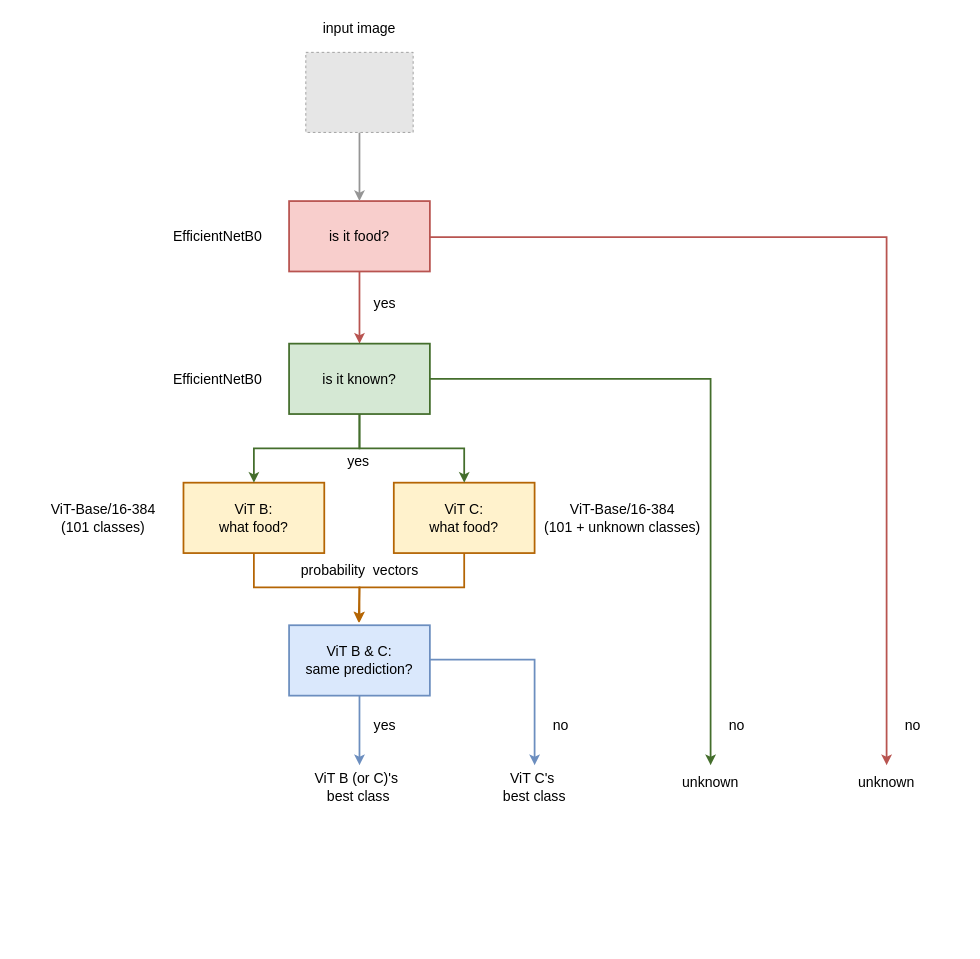
This is images/model_pipeline_3.drawio from sergio-sanz-rodriguez/Vision-Transformers-Image-Classification, a draw.io file, before an edit. Source tidied: cells renumbered, new cells numbered last; positions are measured from the earlier drawing's top-left corner, leaving out a move shared by most shapes. Both pictures are drawn from the tidied source at 88%, with x=0, y=0 at pixel (15, 15). Pictures stored in the file or linked from it are replaced by grey dashed boxes.
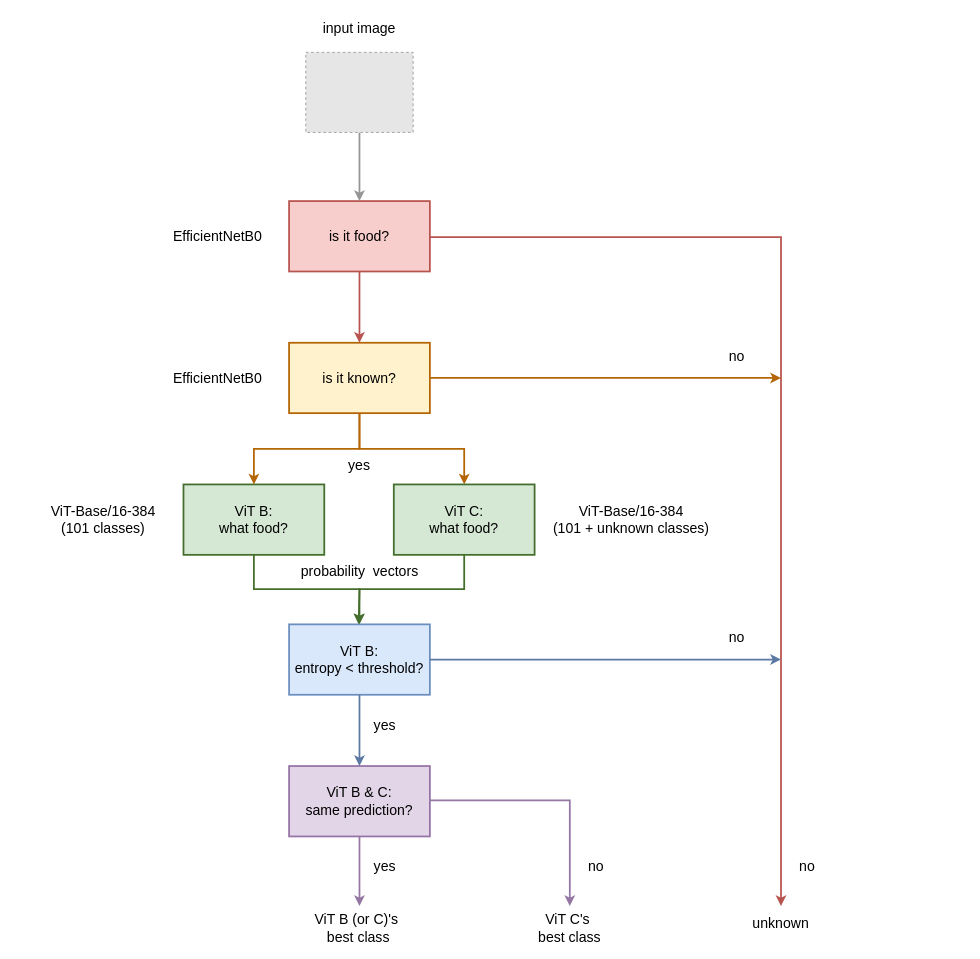
The same page after the edit.

Commit message (it also covers changes not shown here):
updated block diagram for vit-pro

The change refers to these unchanged cells:
```xml
<mxCell id="5" value="&lt;div&gt;&lt;span style=&quot;font-size: 16px;&quot;&gt;is it food?&lt;/span&gt;&lt;/div&gt;" style="rounded=0;whiteSpace=wrap;html=1;fillColor=#f8cecc;strokeColor=light-dark(#B85450,#B85450);strokeWidth=2;gradientColor=none;" parent="1" vertex="1">
  <mxGeometry x="311" y="211" width="160" height="80" as="geometry" />
</mxCell>
```

Diff of the diagram source:
```diff
@@
+    <mxCell id="34" style="endArrow=classic;html=1;rounded=0;entryX=0.5;entryY=0;entryDx=0;entryDy=0;fillColor=#f8cecc;strokeColor=light-dark(#B46504,#B46504);strokeWidth=2;exitX=0.5;exitY=1;exitDx=0;exitDy=0;edgeStyle=orthogonalEdgeStyle;" parent="1" edge="1" source="37" target="8">
+      <mxGeometry relative="1" as="geometry" />
+    </mxCell>
-    <mxCell id="2" style="edgeStyle=orthogonalEdgeStyle;rounded=0;jettySize=auto;html=1;exitX=0.5;exitY=1;exitDx=0;exitDy=0;fillColor=#dae8fc;strokeColor=#6c8ebf;strokeWidth=2;gradientColor=#7ea6e0;" parent="1" edge="1" source="9">
+    <mxCell id="2" style="edgeStyle=orthogonalEdgeStyle;rounded=0;jettySize=auto;html=1;exitX=0.5;exitY=1;exitDx=0;exitDy=0;fillColor=#dae8fc;strokeColor=light-dark(#9577A3,#9577A3);strokeWidth=2;gradientColor=#7ea6e0;" parent="1" edge="1" source="9">
       <mxGeometry relative="1" as="geometry">
-        <mxPoint x="391" y="852" as="targetPoint" />
+        <mxPoint x="391" y="1012" as="targetPoint" />
         <Array as="points">
-          <mxPoint x="391" y="852" />
+          <mxPoint x="391" y="1012" />
         </Array>
       </mxGeometry>
     </mxCell>
@@
     <mxCell id="4" style="endArrow=classic;html=1;rounded=0;fillColor=#f8cecc;strokeColor=light-dark(#B85450,#B85450);strokeWidth=2;exitX=1;exitY=0.5;exitDx=0;exitDy=0;edgeStyle=orthogonalEdgeStyle;entryX=0.5;entryY=0;entryDx=0;entryDy=0;" parent="1" edge="1" source="5" target="11">
       <mxGeometry relative="1" as="geometry">
         <Array as="points">
           <mxPoint x="391" y="251" />
           <mxPoint x="391" y="252" />
-          <mxPoint x="990" y="252" />
+          <mxPoint x="870" y="252" />
         </Array>
       </mxGeometry>
     </mxCell>
+    <mxCell id="35" style="edgeStyle=orthogonalEdgeStyle;rounded=0;jettySize=auto;html=1;exitX=0.5;exitY=1;exitDx=0;exitDy=0;entryX=0.5;entryY=0;entryDx=0;entryDy=0;strokeWidth=2;strokeColor=light-dark(#B85450,#B85450);" parent="1" edge="1" source="5" target="37">
+      <mxGeometry relative="1" as="geometry" />
+    </mxCell>
@@
-    <mxCell id="7" style="edgeStyle=orthogonalEdgeStyle;rounded=0;jettySize=auto;html=1;exitX=0.5;exitY=1;exitDx=0;exitDy=0;strokeWidth=2;strokeColor=light-dark(#B46504,#B46504);" parent="1" edge="1" source="8">
+    <mxCell id="7" style="edgeStyle=orthogonalEdgeStyle;rounded=0;jettySize=auto;html=1;exitX=0.5;exitY=1;exitDx=0;exitDy=0;strokeWidth=2;strokeColor=light-dark(#446E2C,#446E2C);" parent="1" edge="1" source="8">
       <mxGeometry relative="1" as="geometry">
-        <mxPoint x="390" y="690" as="targetPoint" />
+        <mxPoint x="390" y="692" as="targetPoint" />
         <Array as="points">
-          <mxPoint x="510" y="650" />
-          <mxPoint x="391" y="650" />
+          <mxPoint x="510" y="652" />
+          <mxPoint x="391" y="652" />
         </Array>
       </mxGeometry>
     </mxCell>
-    <mxCell id="8" value="&lt;div&gt;&lt;span style=&quot;font-size: 16px;&quot;&gt;ViT C:&lt;/span&gt;&lt;/div&gt;&lt;div&gt;&lt;span style=&quot;font-size: 16px;&quot;&gt;what food?&lt;/span&gt;&lt;/div&gt;" style="rounded=0;whiteSpace=wrap;html=1;fillColor=#fff2cc;strokeColor=light-dark(#B46504,#B46504);strokeWidth=2;gradientColor=none;" parent="1" vertex="1">
-      <mxGeometry x="430" y="531" width="160" height="80" as="geometry" />
+    <mxCell id="8" value="&lt;div&gt;&lt;span style=&quot;font-size: 16px;&quot;&gt;ViT C:&lt;/span&gt;&lt;/div&gt;&lt;div&gt;&lt;span style=&quot;font-size: 16px;&quot;&gt;what food?&lt;/span&gt;&lt;/div&gt;" style="rounded=0;whiteSpace=wrap;html=1;fillColor=light-dark(#D5E8D4,#1F2F1E);strokeColor=light-dark(#446E2C,#446E2C);strokeWidth=2;gradientColor=none;" parent="1" vertex="1">
+      <mxGeometry x="430" y="533" width="160" height="80" as="geometry" />
     </mxCell>
-    <mxCell id="9" value="&lt;div&gt;&lt;span style=&quot;font-size: 16px; background-color: transparent; color: light-dark(rgb(0, 0, 0), rgb(255, 255, 255));&quot;&gt;ViT B &amp;amp; C:&lt;/span&gt;&lt;/div&gt;&lt;div&gt;&lt;span style=&quot;font-size: 16px; background-color: transparent; color: light-dark(rgb(0, 0, 0), rgb(255, 255, 255));&quot;&gt;same prediction?&lt;/span&gt;&lt;/div&gt;" style="rounded=0;whiteSpace=wrap;html=1;fillColor=#dae8fc;strokeColor=#6c8ebf;strokeWidth=2;gradientColor=none;" parent="1" vertex="1">
-      <mxGeometry x="311" y="693" width="160" height="80" as="geometry" />
+    <mxCell id="9" value="&lt;div&gt;&lt;span style=&quot;font-size: 16px; background-color: transparent; color: light-dark(rgb(0, 0, 0), rgb(255, 255, 255));&quot;&gt;ViT B &amp;amp; C:&lt;/span&gt;&lt;/div&gt;&lt;div&gt;&lt;span style=&quot;font-size: 16px; background-color: transparent; color: light-dark(rgb(0, 0, 0), rgb(255, 255, 255));&quot;&gt;same prediction?&lt;/span&gt;&lt;/div&gt;" style="rounded=0;whiteSpace=wrap;html=1;fillColor=#e1d5e7;strokeColor=#9673A6;strokeWidth=2;" parent="1" vertex="1">
+      <mxGeometry x="311" y="853" width="160" height="80" as="geometry" />
     </mxCell>
@@
-    <mxCell id="11" value="&lt;font style=&quot;font-size: 16px;&quot;&gt;unknown&lt;/font&gt;" style="text;html=1;align=center;verticalAlign=middle;whiteSpace=wrap;rounded=0;" parent="1" vertex="1">
-      <mxGeometry x="930" y="852" width="120" height="38" as="geometry" />
-    </mxCell>
     <mxCell id="12" value="&lt;font style=&quot;font-size: 16px;&quot;&gt;no&lt;/font&gt;" style="text;html=1;align=center;verticalAlign=middle;whiteSpace=wrap;rounded=0;" parent="1" vertex="1">
-      <mxGeometry x="960" y="792" width="120" height="30" as="geometry" />
+      <mxGeometry x="840" y="952" width="120" height="30" as="geometry" />
     </mxCell>
     <mxCell id="13" value="&lt;font style=&quot;font-size: 16px;&quot;&gt;yes&lt;/font&gt;" style="text;html=1;align=center;verticalAlign=middle;whiteSpace=wrap;rounded=0;" parent="1" vertex="1">
-      <mxGeometry x="360" y="792" width="120" height="30" as="geometry" />
+      <mxGeometry x="360" y="952" width="120" height="30" as="geometry" />
     </mxCell>
-    <mxCell id="14" style="endArrow=classic;html=1;rounded=0;fillColor=#f8cecc;strokeColor=light-dark(#446E2C,#446E2C);strokeWidth=2;exitX=1;exitY=0.5;exitDx=0;exitDy=0;edgeStyle=orthogonalEdgeStyle;" parent="1" edge="1" source="22">
-      <mxGeometry relative="1" as="geometry">
-        <mxPoint x="790" y="852" as="targetPoint" />
-        <Array as="points">
-          <mxPoint x="790" y="413" />
-        </Array>
-      </mxGeometry>
-    </mxCell>
-    <mxCell id="15" value="&lt;font style=&quot;font-size: 16px;&quot;&gt;no&lt;/font&gt;" style="text;html=1;align=center;verticalAlign=middle;whiteSpace=wrap;rounded=0;" parent="1" vertex="1">
-      <mxGeometry x="760" y="792" width="120" height="30" as="geometry" />
-    </mxCell>
-    <mxCell id="16" value="&lt;div&gt;&lt;span style=&quot;font-size: 16px;&quot;&gt;ViT B:&lt;/span&gt;&lt;/div&gt;&lt;div&gt;&lt;span style=&quot;font-size: 16px;&quot;&gt;what food?&lt;/span&gt;&lt;/div&gt;" style="rounded=0;whiteSpace=wrap;html=1;fillColor=#fff2cc;strokeColor=light-dark(#B46504,#B46504);strokeWidth=2;gradientColor=none;" parent="1" vertex="1">
-      <mxGeometry x="191" y="531" width="160" height="80" as="geometry" />
+    <mxCell id="16" value="&lt;div&gt;&lt;span style=&quot;font-size: 16px;&quot;&gt;ViT B:&lt;/span&gt;&lt;/div&gt;&lt;div&gt;&lt;span style=&quot;font-size: 16px;&quot;&gt;what food?&lt;/span&gt;&lt;/div&gt;" style="rounded=0;whiteSpace=wrap;html=1;fillColor=light-dark(#D5E8D4,#1F2F1E);strokeColor=light-dark(#446E2C,#446E2C);strokeWidth=2;gradientColor=none;" parent="1" vertex="1">
+      <mxGeometry x="191" y="533" width="160" height="80" as="geometry" />
     </mxCell>
     <mxCell id="17" value="&lt;font style=&quot;font-size: 16px;&quot;&gt;ViT-Base/16-384&lt;/font&gt;&lt;div&gt;&lt;font style=&quot;font-size: 16px;&quot;&gt;(101 + unknown classes)&lt;/font&gt;&lt;/div&gt;" style="text;html=1;align=center;verticalAlign=middle;whiteSpace=wrap;rounded=0;" parent="1" vertex="1">
-      <mxGeometry x="600" y="556" width="180" height="30" as="geometry" />
+      <mxGeometry x="610" y="558" width="180" height="30" as="geometry" />
     </mxCell>
     <mxCell id="18" value="&lt;font style=&quot;font-size: 16px;&quot;&gt;ViT-Base/16-384&lt;/font&gt;&lt;div&gt;&lt;font style=&quot;font-size: 16px;&quot;&gt;(101 classes)&lt;/font&gt;&lt;/div&gt;" style="text;html=1;align=center;verticalAlign=middle;whiteSpace=wrap;rounded=0;" parent="1" vertex="1">
-      <mxGeometry y="556" width="200" height="30" as="geometry" />
+      <mxGeometry y="558" width="200" height="30" as="geometry" />
     </mxCell>
-    <mxCell id="19" style="endArrow=classic;html=1;rounded=0;fillColor=#f8cecc;strokeColor=light-dark(#B85450,#B85450);strokeWidth=2;exitX=0.5;exitY=1;exitDx=0;exitDy=0;edgeStyle=orthogonalEdgeStyle;entryX=0.5;entryY=0;entryDx=0;entryDy=0;" parent="1" edge="1" source="5" target="22">
+    <mxCell id="19" style="endArrow=classic;html=1;rounded=0;fillColor=#f8cecc;strokeColor=light-dark(#B46504,#B46504);strokeWidth=2;exitX=0.5;exitY=1;exitDx=0;exitDy=0;edgeStyle=orthogonalEdgeStyle;" parent="1" edge="1" source="37" target="16">
       <mxGeometry relative="1" as="geometry" />
     </mxCell>
     <mxCell id="20" value="&lt;font style=&quot;font-size: 16px;&quot;&gt;yes&lt;/font&gt;" style="text;html=1;align=center;verticalAlign=middle;whiteSpace=wrap;rounded=0;" parent="1" vertex="1">
-      <mxGeometry x="360" y="312" width="120" height="30" as="geometry" />
+      <mxGeometry x="331" y="496" width="120" height="30" as="geometry" />
     </mxCell>
     <mxCell id="21" value="&lt;span style=&quot;font-size: 16px;&quot;&gt;probability&amp;nbsp; vectors&lt;/span&gt;" style="text;html=1;align=center;verticalAlign=middle;whiteSpace=wrap;rounded=0;" parent="1" vertex="1">
-      <mxGeometry x="280.5" y="615" width="221" height="30" as="geometry" />
+      <mxGeometry x="280.5" y="617" width="221" height="30" as="geometry" />
     </mxCell>
-    <mxCell id="22" value="&lt;div&gt;&lt;span style=&quot;font-size: 16px;&quot;&gt;is it known?&lt;/span&gt;&lt;/div&gt;" style="rounded=0;whiteSpace=wrap;html=1;fillColor=#d5e8d4;strokeColor=light-dark(#446E2C,#446E2C);strokeWidth=2;gradientColor=none;" parent="1" vertex="1">
-      <mxGeometry x="311" y="373" width="160" height="80" as="geometry" />
+    <mxCell id="22" value="&lt;div&gt;&lt;font style=&quot;font-size: 16px;&quot;&gt;&lt;span style=&quot;background-color: transparent; color: light-dark(rgb(0, 0, 0), rgb(255, 255, 255));&quot;&gt;ViT&lt;/span&gt;&amp;nbsp;B:&lt;/font&gt;&lt;/div&gt;&lt;font style=&quot;font-size: 16px;&quot;&gt;entropy &amp;lt; threshold?&lt;/font&gt;" style="rounded=0;whiteSpace=wrap;html=1;fillColor=#dae8fc;strokeColor=#6C8EBF;strokeWidth=2;gradientColor=none;" parent="1" vertex="1">
+      <mxGeometry x="311" y="692" width="160" height="80" as="geometry" />
     </mxCell>
-    <mxCell id="23" style="edgeStyle=orthogonalEdgeStyle;rounded=0;jettySize=auto;html=1;exitX=0.5;exitY=1;exitDx=0;exitDy=0;fillColor=#e3c800;strokeColor=light-dark(#B46504,#B46504);strokeWidth=2;" parent="1" edge="1" source="16">
+    <mxCell id="23" style="edgeStyle=orthogonalEdgeStyle;rounded=0;jettySize=auto;html=1;exitX=0.5;exitY=1;exitDx=0;exitDy=0;fillColor=#e3c800;strokeColor=light-dark(#446E2C,#446E2C);strokeWidth=2;" parent="1" edge="1" source="16">
       <mxGeometry relative="1" as="geometry">
-        <mxPoint x="391" y="690" as="targetPoint" />
+        <mxPoint x="391" y="692" as="targetPoint" />
         <Array as="points">
-          <mxPoint x="271" y="650" />
-          <mxPoint x="391" y="650" />
+          <mxPoint x="271" y="652" />
+          <mxPoint x="391" y="652" />
         </Array>
       </mxGeometry>
     </mxCell>
-    <mxCell id="24" style="edgeStyle=orthogonalEdgeStyle;rounded=0;jettySize=auto;html=1;exitX=0.5;exitY=1;exitDx=0;exitDy=0;fillColor=#f5f5f5;strokeColor=light-dark(#446E2C,#446E2C);strokeWidth=2;" parent="1" edge="1" source="22" target="16">
+    <mxCell id="24" style="edgeStyle=orthogonalEdgeStyle;rounded=0;jettySize=auto;html=1;exitX=0.5;exitY=1;exitDx=0;exitDy=0;fillColor=#f5f5f5;strokeColor=light-dark(#5C79A3,#5C79A3);strokeWidth=2;entryX=0.5;entryY=0;entryDx=0;entryDy=0;" parent="1" edge="1" source="22" target="9">
       <mxGeometry relative="1" as="geometry" />
     </mxCell>
-    <mxCell id="25" style="endArrow=classic;html=1;rounded=0;fillColor=#dae8fc;strokeColor=#6c8ebf;strokeWidth=2;exitX=1;exitY=0.5;exitDx=0;exitDy=0;edgeStyle=orthogonalEdgeStyle;gradientColor=#7ea6e0;" parent="1" edge="1" source="9">
+    <mxCell id="25" style="endArrow=classic;html=1;rounded=0;fillColor=#dae8fc;strokeColor=light-dark(#9577A3,#9577A3);strokeWidth=2;exitX=1;exitY=0.5;exitDx=0;exitDy=0;edgeStyle=orthogonalEdgeStyle;gradientColor=#7ea6e0;" parent="1" edge="1" source="9">
       <mxGeometry relative="1" as="geometry">
-        <mxPoint x="590" y="852" as="targetPoint" />
+        <mxPoint x="630" y="1012" as="targetPoint" />
         <Array as="points">
-          <mxPoint x="471" y="732" />
-          <mxPoint x="590" y="732" />
-          <mxPoint x="590" y="852" />
+          <mxPoint x="471" y="892" />
+          <mxPoint x="630" y="892" />
+          <mxPoint x="630" y="1012" />
         </Array>
       </mxGeometry>
     </mxCell>
     <mxCell id="26" value="&lt;span style=&quot;font-size: 16px;&quot;&gt;ViT B (or C)'s&amp;nbsp;&lt;/span&gt;&lt;div&gt;&lt;span style=&quot;font-size: 16px;&quot;&gt;best class&lt;/span&gt;&lt;/div&gt;" style="text;html=1;align=center;verticalAlign=middle;whiteSpace=wrap;rounded=0;" parent="1" vertex="1">
-      <mxGeometry x="330" y="862" width="120" height="30" as="geometry" />
+      <mxGeometry x="330" y="1022" width="120" height="30" as="geometry" />
     </mxCell>
-    <mxCell id="27" value="&lt;span style=&quot;font-size: 16px;&quot;&gt;unknown&lt;/span&gt;" style="text;html=1;align=center;verticalAlign=middle;whiteSpace=wrap;rounded=0;" parent="1" vertex="1">
-      <mxGeometry x="730" y="856" width="120" height="30" as="geometry" />
-    </mxCell>
     <mxCell id="28" value="&lt;span style=&quot;font-size: 16px;&quot;&gt;ViT C's&amp;nbsp;&lt;/span&gt;&lt;div&gt;&lt;span style=&quot;font-size: 16px;&quot;&gt;best class&lt;/span&gt;&lt;/div&gt;" style="text;html=1;align=center;verticalAlign=middle;whiteSpace=wrap;rounded=0;" parent="1" vertex="1">
-      <mxGeometry x="530" y="862" width="120" height="30" as="geometry" />
+      <mxGeometry x="570" y="1022" width="120" height="30" as="geometry" />
     </mxCell>
@@
     <mxCell id="30" value="&lt;font style=&quot;font-size: 16px;&quot;&gt;no&lt;/font&gt;" style="text;html=1;align=center;verticalAlign=middle;whiteSpace=wrap;rounded=0;" parent="1" vertex="1">
-      <mxGeometry x="560" y="792" width="120" height="30" as="geometry" />
+      <mxGeometry x="600" y="952" width="120" height="30" as="geometry" />
     </mxCell>
     <mxCell id="31" value="&lt;font style=&quot;font-size: 16px;&quot;&gt;yes&lt;/font&gt;" style="text;html=1;align=center;verticalAlign=middle;whiteSpace=wrap;rounded=0;" parent="1" vertex="1">
-      <mxGeometry x="330" y="492" width="120" height="30" as="geometry" />
+      <mxGeometry x="360" y="792" width="120" height="30" as="geometry" />
     </mxCell>
-    <mxCell id="32" style="edgeStyle=orthogonalEdgeStyle;rounded=0;jettySize=auto;html=1;exitX=0.5;exitY=1;exitDx=0;exitDy=0;fillColor=#f5f5f5;strokeColor=light-dark(#446E2C,#446E2C);strokeWidth=2;entryX=0.5;entryY=0;entryDx=0;entryDy=0;" parent="1" edge="1" source="22" target="8">
-      <mxGeometry relative="1" as="geometry" />
-    </mxCell>
+    <mxCell id="36" style="edgeStyle=orthogonalEdgeStyle;rounded=0;jettySize=auto;html=1;exitX=1;exitY=0.5;exitDx=0;exitDy=0;strokeColor=light-dark(#B46504,#B46504);strokeWidth=2;" parent="1" edge="1" source="37">
+      <mxGeometry relative="1" as="geometry">
+        <mxPoint x="870" y="412" as="targetPoint" />
+        <Array as="points">
+          <mxPoint x="870" y="412" />
+        </Array>
+      </mxGeometry>
+    </mxCell>
+    <mxCell id="37" value="&lt;div&gt;&lt;span style=&quot;font-size: 16px;&quot;&gt;is it known?&lt;/span&gt;&lt;/div&gt;" style="rounded=0;whiteSpace=wrap;html=1;fillColor=#fff2cc;strokeColor=light-dark(#B46504,#B46504);strokeWidth=2;gradientColor=none;" parent="1" vertex="1">
+      <mxGeometry x="311" y="372" width="160" height="80" as="geometry" />
+    </mxCell>
     <mxCell id="33" value="&lt;span style=&quot;font-size: 16px;&quot;&gt;EfficientNetB0&lt;/span&gt;" style="text;html=1;align=center;verticalAlign=middle;whiteSpace=wrap;rounded=0;" parent="1" vertex="1">
-      <mxGeometry x="140" y="398" width="180" height="30" as="geometry" />
+      <mxGeometry x="140" y="397" width="180" height="30" as="geometry" />
     </mxCell>
+    <mxCell id="11" value="&lt;font style=&quot;font-size: 16px;&quot;&gt;unknown&lt;/font&gt;" style="text;html=1;align=center;verticalAlign=middle;whiteSpace=wrap;rounded=0;" parent="1" vertex="1">
+      <mxGeometry x="810" y="1012" width="120" height="38" as="geometry" />
+    </mxCell>
+    <mxCell id="14" style="endArrow=classic;html=1;rounded=0;fillColor=#f8cecc;strokeColor=light-dark(#5C79A3,#5C79A3);strokeWidth=2;exitX=1;exitY=0.5;exitDx=0;exitDy=0;edgeStyle=orthogonalEdgeStyle;" parent="1" edge="1" source="22">
+      <mxGeometry relative="1" as="geometry">
+        <mxPoint x="870" y="732" as="targetPoint" />
+        <Array as="points">
+          <mxPoint x="870" y="732" />
+        </Array>
+      </mxGeometry>
+    </mxCell>
+    <mxCell id="38" value="&lt;font style=&quot;font-size: 16px;&quot;&gt;no&lt;/font&gt;" style="text;html=1;align=center;verticalAlign=middle;whiteSpace=wrap;rounded=0;" parent="1" vertex="1">
+      <mxGeometry x="760" y="692" width="120" height="30" as="geometry" />
+    </mxCell>
+    <mxCell id="39" value="&lt;font style=&quot;font-size: 16px;&quot;&gt;no&lt;/font&gt;" style="text;html=1;align=center;verticalAlign=middle;whiteSpace=wrap;rounded=0;" parent="1" vertex="1">
+      <mxGeometry x="760" y="372" width="120" height="30" as="geometry" />
+    </mxCell>
```
